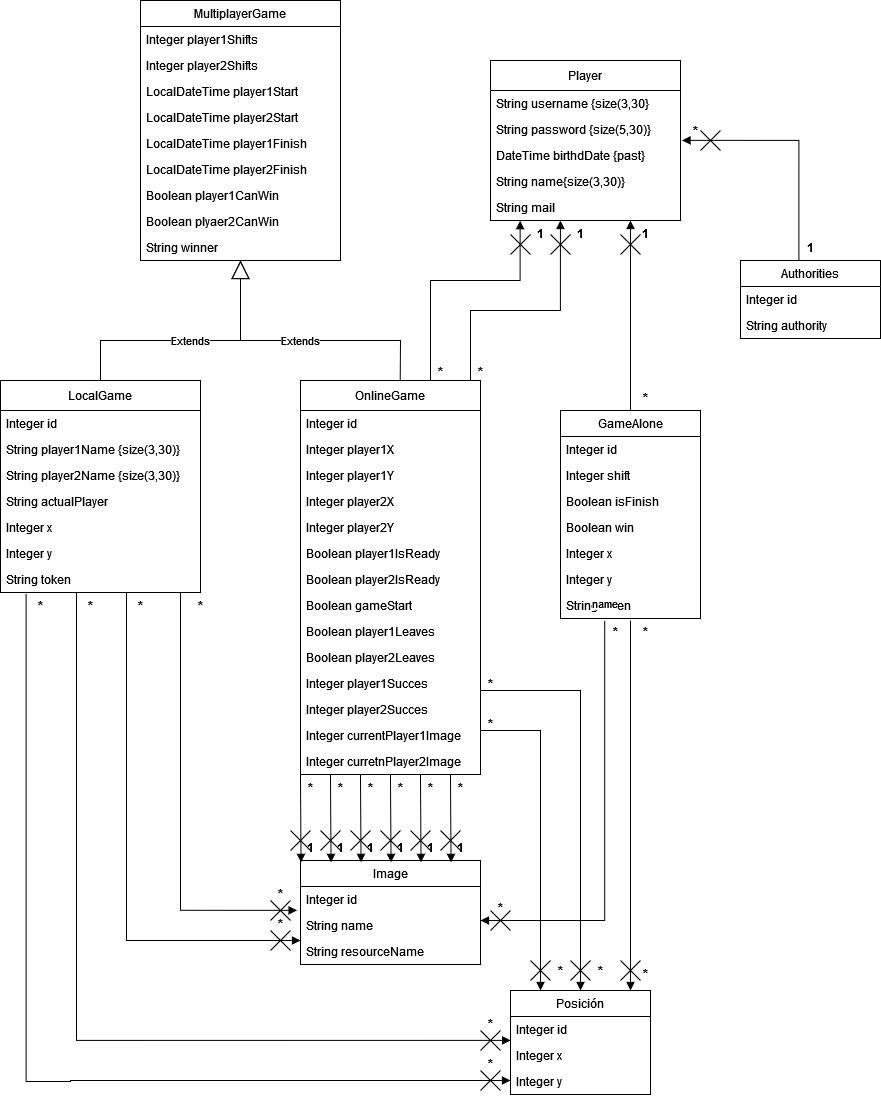
Above: doc/Diagrama de dominio.png in jucamgar2/CUPES-TFG (draw.io), before the change. Source tidied: cells renumbered, new cells last; positions are measured from the earlier drawing's top-left corner, leaving out a move shared by most shapes.
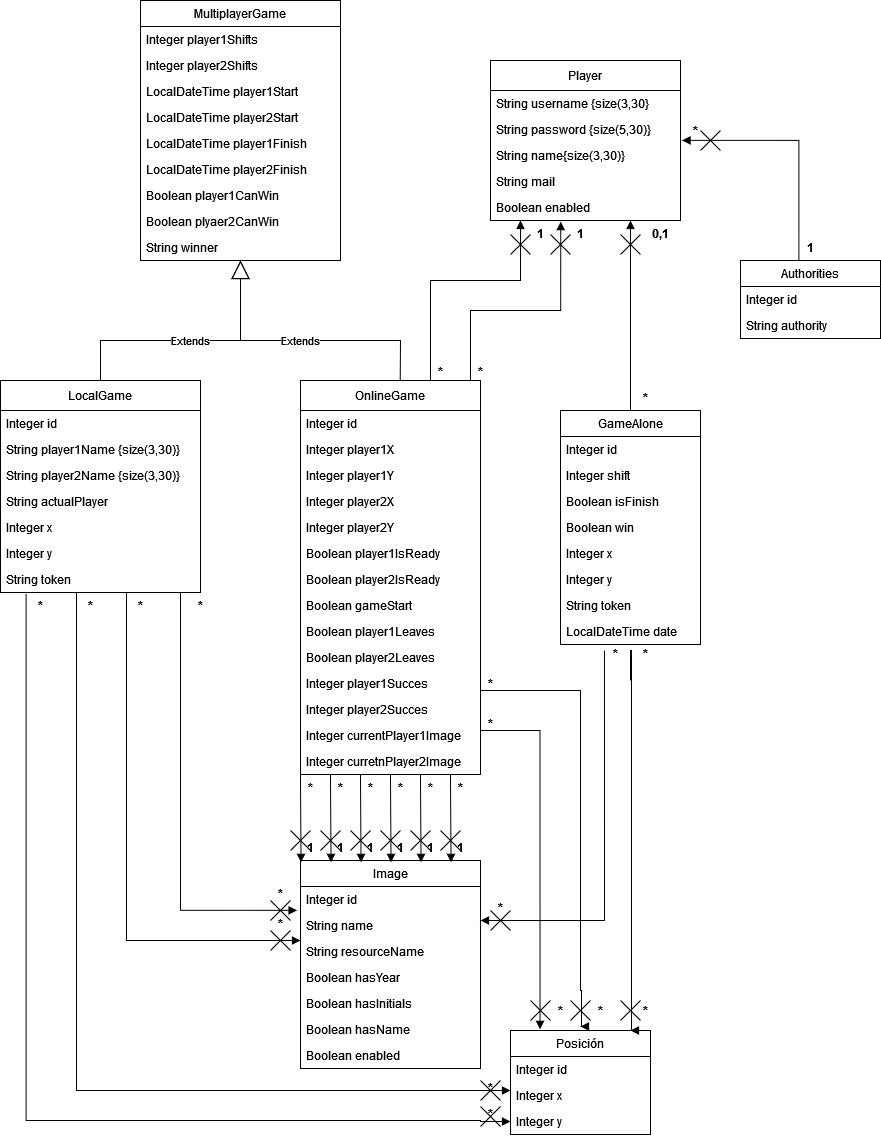
The same diagram one commit later.

The edit, as a diff of the source:
```diff
@@ -20,17 +20,17 @@
     <mxCell id="7" value="String password {size(5,30)}" style="text;strokeColor=none;fillColor=none;align=left;verticalAlign=top;spacingLeft=4;spacingRight=4;overflow=hidden;points=[[0,0.5],[1,0.5]];portConstraint=eastwest;whiteSpace=wrap;html=1;" parent="5" vertex="1">
       <mxGeometry y="56" width="190" height="26" as="geometry" />
     </mxCell>
-    <mxCell id="8" value="DateTime birthdDate {past}" style="text;strokeColor=none;fillColor=none;align=left;verticalAlign=top;spacingLeft=4;spacingRight=4;overflow=hidden;whiteSpace=wrap;html=1;" parent="5" vertex="1">
-      <mxGeometry y="82" width="190" height="26" as="geometry" />
-    </mxCell>
     <mxCell id="9" value="String name{size(3,30)}" style="text;strokeColor=none;fillColor=none;align=left;verticalAlign=top;spacingLeft=4;spacingRight=4;overflow=hidden;whiteSpace=wrap;html=1;" parent="5" vertex="1">
-      <mxGeometry y="108" width="190" height="26" as="geometry" />
+      <mxGeometry y="82" width="190" height="26" as="geometry" />
     </mxCell>
     <mxCell id="10" value="String mail" style="text;strokeColor=none;fillColor=none;align=left;verticalAlign=top;spacingLeft=4;spacingRight=4;overflow=hidden;points=[[0,0.5],[1,0.5]];portConstraint=eastwest;whiteSpace=wrap;html=1;" parent="5" vertex="1">
-      <mxGeometry y="134" width="190" height="26" as="geometry" />
+      <mxGeometry y="108" width="190" height="26" as="geometry" />
     </mxCell>
+    <mxCell id="134" value="Boolean enabled" style="text;strokeColor=none;fillColor=none;align=left;verticalAlign=top;spacingLeft=4;spacingRight=4;overflow=hidden;whiteSpace=wrap;html=1;" parent="5" vertex="1">
+      <mxGeometry y="134" width="190" height="26" as="geometry" />
+    </mxCell>
     <mxCell id="11" value="Posición" style="swimlane;fontStyle=0;horizontal=1;startSize=26;fillColor=none;whiteSpace=wrap;html=1;" parent="1" vertex="1">
-      <mxGeometry x="510" y="990" width="140" height="104" as="geometry" />
+      <mxGeometry x="510" y="1030" width="140" height="104" as="geometry" />
     </mxCell>
     <mxCell id="12" value="Integer id" style="text;strokeColor=none;fillColor=none;align=left;verticalAlign=top;spacingLeft=4;spacingRight=4;overflow=hidden;points=[[0,0.5],[1,0.5]];portConstraint=eastwest;whiteSpace=wrap;html=1;" parent="11" vertex="1">
       <mxGeometry y="26" width="140" height="26" as="geometry" />
@@ -42,7 +42,7 @@
       <mxGeometry y="78" width="140" height="26" as="geometry" />
     </mxCell>
     <mxCell id="15" value="Image" style="swimlane;fontStyle=0;horizontal=1;startSize=26;fillColor=none;whiteSpace=wrap;html=1;" parent="1" vertex="1">
-      <mxGeometry x="300" y="860" width="180" height="104" as="geometry" />
+      <mxGeometry x="300" y="860" width="180" height="208" as="geometry" />
     </mxCell>
     <mxCell id="16" value="Integer id" style="text;strokeColor=none;fillColor=none;align=left;verticalAlign=top;spacingLeft=4;spacingRight=4;overflow=hidden;points=[[0,0.5],[1,0.5]];portConstraint=eastwest;whiteSpace=wrap;html=1;" parent="15" vertex="1">
       <mxGeometry y="26" width="180" height="26" as="geometry" />
@@ -53,6 +53,18 @@
     <mxCell id="18" value="String resourceName" style="text;strokeColor=none;fillColor=none;align=left;verticalAlign=top;spacingLeft=4;spacingRight=4;overflow=hidden;points=[[0,0.5],[1,0.5]];portConstraint=eastwest;whiteSpace=wrap;html=1;" parent="15" vertex="1">
       <mxGeometry y="78" width="180" height="26" as="geometry" />
     </mxCell>
+    <mxCell id="135" value="Boolean hasYear" style="text;strokeColor=none;fillColor=none;align=left;verticalAlign=top;spacingLeft=4;spacingRight=4;overflow=hidden;whiteSpace=wrap;html=1;" parent="15" vertex="1">
+      <mxGeometry y="104" width="180" height="26" as="geometry" />
+    </mxCell>
+    <mxCell id="136" value="Boolean hasInitials" style="text;strokeColor=none;fillColor=none;align=left;verticalAlign=top;spacingLeft=4;spacingRight=4;overflow=hidden;whiteSpace=wrap;html=1;" parent="15" vertex="1">
+      <mxGeometry y="130" width="180" height="26" as="geometry" />
+    </mxCell>
+    <mxCell id="137" value="Boolean hasName" style="text;strokeColor=none;fillColor=none;align=left;verticalAlign=top;spacingLeft=4;spacingRight=4;overflow=hidden;whiteSpace=wrap;html=1;" parent="15" vertex="1">
+      <mxGeometry y="156" width="180" height="26" as="geometry" />
+    </mxCell>
+    <mxCell id="138" value="Boolean enabled" style="text;strokeColor=none;fillColor=none;align=left;verticalAlign=top;spacingLeft=4;spacingRight=4;overflow=hidden;whiteSpace=wrap;html=1;" parent="15" vertex="1">
+      <mxGeometry y="182" width="180" height="26" as="geometry" />
+    </mxCell>
     <mxCell id="19" value="MultiplayerGame" style="swimlane;fontStyle=0;horizontal=1;startSize=26;fillColor=none;whiteSpace=wrap;html=1;" parent="1" vertex="1">
       <mxGeometry x="140" width="200" height="260" as="geometry" />
     </mxCell>
@@ -84,7 +96,7 @@
       <mxGeometry y="234" width="200" height="26" as="geometry" />
     </mxCell>
     <mxCell id="29" value="GameAlone" style="swimlane;fontStyle=0;horizontal=1;startSize=26;fillColor=none;whiteSpace=wrap;html=1;" parent="1" vertex="1">
-      <mxGeometry x="560" y="410" width="140" height="208" as="geometry" />
+      <mxGeometry x="560" y="410" width="140" height="234" as="geometry" />
     </mxCell>
     <mxCell id="30" value="Integer id" style="text;strokeColor=none;fillColor=none;align=left;verticalAlign=top;spacingLeft=4;spacingRight=4;overflow=hidden;whiteSpace=wrap;html=1;" parent="29" vertex="1">
       <mxGeometry y="26" width="140" height="26" as="geometry" />
@@ -107,6 +119,9 @@
     <mxCell id="36" value="String token" style="text;strokeColor=none;fillColor=none;align=left;verticalAlign=top;spacingLeft=4;spacingRight=4;overflow=hidden;whiteSpace=wrap;html=1;" parent="29" vertex="1">
       <mxGeometry y="182" width="140" height="26" as="geometry" />
     </mxCell>
+    <mxCell id="139" value="LocalDateTime date" style="text;strokeColor=none;fillColor=none;align=left;verticalAlign=top;spacingLeft=4;spacingRight=4;overflow=hidden;whiteSpace=wrap;html=1;" parent="29" vertex="1">
+      <mxGeometry y="208" width="140" height="26" as="geometry" />
+    </mxCell>
     <mxCell id="37" value="LocalGame" style="swimlane;fontStyle=0;horizontal=1;startSize=30;fillColor=none;whiteSpace=wrap;html=1;" parent="1" vertex="1">
       <mxGeometry y="380" width="200" height="212" as="geometry" />
     </mxCell>
@@ -221,8 +236,8 @@
         <mxPoint x="580" y="-400" as="offset" />
       </mxGeometry>
     </mxCell>
-    <mxCell id="67" value="1" style="text;align=center;fontStyle=1;verticalAlign=middle;spacingLeft=3;spacingRight=3;strokeColor=none;html=1;" parent="1" vertex="1">
-      <mxGeometry x="605" y="220" width="80" height="26" as="geometry" />
+    <mxCell id="67" value="0,1" style="text;align=center;fontStyle=1;verticalAlign=middle;spacingLeft=3;spacingRight=3;strokeColor=none;html=1;" parent="1" vertex="1">
+      <mxGeometry x="620" y="220" width="80" height="26" as="geometry" />
     </mxCell>
     <mxCell id="68" value="*" style="text;align=center;fontStyle=1;verticalAlign=middle;spacingLeft=3;spacingRight=3;strokeColor=none;html=1;" parent="1" vertex="1">
       <mxGeometry x="605" y="384" width="80" height="26" as="geometry" />
@@ -230,7 +245,7 @@
     <mxCell id="69" style="shape=mxgraph.sysml.x;" parent="1" vertex="1">
       <mxGeometry x="620" y="234" width="20" height="20" as="geometry" />
     </mxCell>
-    <mxCell id="70" style="endArrow=block;endFill=1;html=1;edgeStyle=orthogonalEdgeStyle;align=left;verticalAlign=top;rounded=0;entryX=0.368;entryY=1;entryDx=0;entryDy=0;entryPerimeter=0;" parent="1" edge="1" target="10">
+    <mxCell id="70" style="endArrow=block;endFill=1;html=1;edgeStyle=orthogonalEdgeStyle;align=left;verticalAlign=top;rounded=0;entryX=0.753;entryY=0.044;entryDx=0;entryDy=0;entryPerimeter=0;" parent="1" edge="1" target="77">
       <mxGeometry x="1" y="-620" relative="1" as="geometry">
         <mxPoint x="460" y="380" as="sourcePoint" />
         <Array as="points">
@@ -241,13 +256,15 @@
         <mxPoint x="580" y="-400" as="offset" />
       </mxGeometry>
     </mxCell>
-    <mxCell id="71" style="endArrow=block;endFill=1;html=1;edgeStyle=orthogonalEdgeStyle;align=left;verticalAlign=top;rounded=0;entryX=0.156;entryY=1.008;entryDx=0;entryDy=0;entryPerimeter=0;" parent="1" edge="1" target="10">
+    <mxCell id="71" style="endArrow=block;endFill=1;html=1;edgeStyle=orthogonalEdgeStyle;align=left;verticalAlign=top;rounded=0;" parent="1" edge="1">
       <mxGeometry x="1" y="-620" relative="1" as="geometry">
         <mxPoint x="420" y="380" as="sourcePoint" />
+        <mxPoint x="520" y="220" as="targetPoint" />
         <Array as="points">
           <mxPoint x="430" y="380" />
           <mxPoint x="430" y="280" />
           <mxPoint x="520" y="280" />
+          <mxPoint x="520" y="220" />
         </Array>
         <mxPoint x="580" y="-400" as="offset" />
       </mxGeometry>
@@ -270,37 +287,37 @@
     <mxCell id="77" value="1" style="text;align=center;fontStyle=1;verticalAlign=middle;spacingLeft=3;spacingRight=3;strokeColor=none;points=[[0,0.5],[1,0.5]];portConstraint=eastwest;html=1;" parent="1" vertex="1">
       <mxGeometry x="500" y="220" width="80" height="26" as="geometry" />
     </mxCell>
-    <mxCell id="78" style="endArrow=block;endFill=1;html=1;edgeStyle=orthogonalEdgeStyle;align=left;verticalAlign=top;rounded=0;exitX=0.128;exitY=1.041;exitDx=0;exitDy=0;exitPerimeter=0;" parent="1" edge="1" source="44">
+    <mxCell id="78" style="endArrow=block;endFill=1;html=1;edgeStyle=orthogonalEdgeStyle;align=left;verticalAlign=top;rounded=0;exitX=0.128;exitY=1.041;exitDx=0;exitDy=0;exitPerimeter=0;entryX=0;entryY=0.5;entryDx=0;entryDy=0;" parent="1" edge="1" source="44" target="14">
       <mxGeometry x="1" y="-620" relative="1" as="geometry">
-        <mxPoint x="510" y="1080" as="targetPoint" />
         <Array as="points">
-          <mxPoint x="26" y="1081" />
-          <mxPoint x="70" y="1081" />
-          <mxPoint x="160" y="1080" />
+          <mxPoint x="26" y="1120" />
+          <mxPoint x="480" y="1120" />
         </Array>
         <mxPoint x="580" y="-400" as="offset" />
       </mxGeometry>
     </mxCell>
-    <mxCell id="79" style="endArrow=block;endFill=1;html=1;edgeStyle=orthogonalEdgeStyle;align=left;verticalAlign=top;rounded=0;exitX=0.128;exitY=1.041;exitDx=0;exitDy=0;exitPerimeter=0;entryX=0.001;entryY=0.919;entryDx=0;entryDy=0;entryPerimeter=0;" parent="1" edge="1" target="12">
+    <mxCell id="79" style="endArrow=block;endFill=1;html=1;edgeStyle=orthogonalEdgeStyle;align=left;verticalAlign=top;rounded=0;exitX=0.128;exitY=1.041;exitDx=0;exitDy=0;exitPerimeter=0;" parent="1" edge="1">
       <mxGeometry x="1" y="-620" relative="1" as="geometry">
         <mxPoint x="76" y="592" as="sourcePoint" />
+        <mxPoint x="510" y="1090" as="targetPoint" />
         <Array as="points">
-          <mxPoint x="76" y="1040" />
+          <mxPoint x="76" y="1090" />
+          <mxPoint x="510" y="1090" />
         </Array>
         <mxPoint x="580" y="-400" as="offset" />
       </mxGeometry>
     </mxCell>
     <mxCell id="80" style="shape=mxgraph.sysml.x;" parent="1" vertex="1">
-      <mxGeometry x="480" y="1070" width="20" height="20" as="geometry" />
+      <mxGeometry x="480" y="1080" width="20" height="20" as="geometry" />
     </mxCell>
     <mxCell id="81" style="shape=mxgraph.sysml.x;" parent="1" vertex="1">
-      <mxGeometry x="480" y="1030" width="20" height="20" as="geometry" />
+      <mxGeometry x="480" y="1106" width="20" height="20" as="geometry" />
     </mxCell>
     <mxCell id="82" value="*" style="text;align=center;fontStyle=1;verticalAlign=middle;spacingLeft=3;spacingRight=3;strokeColor=none;html=1;" parent="1" vertex="1">
-      <mxGeometry x="450" y="1010" width="80" height="26" as="geometry" />
+      <mxGeometry x="450" y="1074" width="80" height="26" as="geometry" />
     </mxCell>
     <mxCell id="83" value="*" style="text;align=center;fontStyle=1;verticalAlign=middle;spacingLeft=3;spacingRight=3;strokeColor=none;html=1;" parent="1" vertex="1">
-      <mxGeometry x="450" y="1050" width="80" height="26" as="geometry" />
+      <mxGeometry x="450" y="1100" width="80" height="26" as="geometry" />
     </mxCell>
     <mxCell id="84" value="*" style="text;align=center;fontStyle=1;verticalAlign=middle;spacingLeft=3;spacingRight=3;strokeColor=none;html=1;" parent="1" vertex="1">
       <mxGeometry x="50" y="592" width="80" height="26" as="geometry" />
@@ -308,25 +325,26 @@
     <mxCell id="85" value="*" style="text;align=center;fontStyle=1;verticalAlign=middle;spacingLeft=3;spacingRight=3;strokeColor=none;html=1;" parent="1" vertex="1">
       <mxGeometry y="592" width="80" height="26" as="geometry" />
     </mxCell>
-    <mxCell id="86" value="name" style="endArrow=block;endFill=1;html=1;edgeStyle=orthogonalEdgeStyle;align=left;verticalAlign=top;rounded=0;" parent="1" edge="1">
-      <mxGeometry x="1" y="-620" relative="1" as="geometry">
-        <mxPoint x="630" y="620" as="sourcePoint" />
-        <mxPoint x="630" y="990" as="targetPoint" />
+    <mxCell id="86" style="endArrow=block;endFill=1;html=1;edgeStyle=orthogonalEdgeStyle;align=left;verticalAlign=top;rounded=0;" parent="1" edge="1">
+      <mxGeometry x="-0.51" y="90" relative="1" as="geometry">
+        <mxPoint x="630" y="680" as="sourcePoint" />
+        <mxPoint x="630" y="1030" as="targetPoint" />
         <Array as="points">
-          <mxPoint x="630" y="625" />
-          <mxPoint x="630" y="990" />
+          <mxPoint x="630" y="650" />
+          <mxPoint x="631" y="650" />
+          <mxPoint x="631" y="1030" />
+          <mxPoint x="630" y="1030" />
         </Array>
-        <mxPoint x="580" y="-400" as="offset" />
       </mxGeometry>
     </mxCell>
     <mxCell id="87" value="*" style="text;align=center;fontStyle=1;verticalAlign=middle;spacingLeft=3;spacingRight=3;strokeColor=none;html=1;" parent="1" vertex="1">
-      <mxGeometry x="605" y="618" width="80" height="26" as="geometry" />
+      <mxGeometry x="605" y="640" width="80" height="26" as="geometry" />
     </mxCell>
     <mxCell id="88" value="*" style="text;align=center;fontStyle=1;verticalAlign=middle;spacingLeft=3;spacingRight=3;strokeColor=none;html=1;" parent="1" vertex="1">
-      <mxGeometry x="605" y="960" width="80" height="26" as="geometry" />
+      <mxGeometry x="605" y="997" width="80" height="26" as="geometry" />
     </mxCell>
     <mxCell id="89" style="shape=mxgraph.sysml.x;" parent="1" vertex="1">
-      <mxGeometry x="620" y="960" width="20" height="20" as="geometry" />
+      <mxGeometry x="620" y="1000" width="20" height="20" as="geometry" />
     </mxCell>
     <mxCell id="90" style="endArrow=block;endFill=1;html=1;edgeStyle=orthogonalEdgeStyle;align=left;verticalAlign=top;rounded=0;exitX=0.128;exitY=1.041;exitDx=0;exitDy=0;exitPerimeter=0;entryX=0;entryY=0.077;entryDx=0;entryDy=0;entryPerimeter=0;" parent="1" edge="1" target="18">
       <mxGeometry x="1" y="-620" relative="1" as="geometry">
@@ -367,18 +385,20 @@
     </mxCell>
     <mxCell id="98" style="endArrow=block;endFill=1;html=1;edgeStyle=orthogonalEdgeStyle;align=left;verticalAlign=top;rounded=0;exitX=1;exitY=0.5;exitDx=0;exitDy=0;" parent="1" edge="1" source="56">
       <mxGeometry x="-0.14" y="280" relative="1" as="geometry">
-        <mxPoint x="580" y="990" as="targetPoint" />
+        <mxPoint x="580" y="1026" as="targetPoint" />
         <Array as="points">
           <mxPoint x="480" y="690" />
           <mxPoint x="580" y="690" />
           <mxPoint x="580" y="990" />
+          <mxPoint x="581" y="990" />
+          <mxPoint x="581" y="1026" />
+          <mxPoint x="580" y="1026" />
         </Array>
       </mxGeometry>
     </mxCell>
-    <mxCell id="99" style="endArrow=block;endFill=1;html=1;edgeStyle=orthogonalEdgeStyle;align=left;verticalAlign=top;rounded=0;exitX=1;exitY=0.5;exitDx=0;exitDy=0;" parent="1" edge="1">
+    <mxCell id="99" style="endArrow=block;endFill=1;html=1;edgeStyle=orthogonalEdgeStyle;align=left;verticalAlign=top;rounded=0;exitX=1;exitY=0.5;exitDx=0;exitDy=0;entryX=0.211;entryY=-0.011;entryDx=0;entryDy=0;entryPerimeter=0;" parent="1" edge="1" target="11">
       <mxGeometry x="-0.14" y="280" relative="1" as="geometry">
         <mxPoint x="480" y="723" as="sourcePoint" />
-        <mxPoint x="540" y="990" as="targetPoint" />
         <Array as="points">
           <mxPoint x="480" y="730" />
           <mxPoint x="540" y="730" />
@@ -392,27 +412,25 @@
       <mxGeometry x="450" y="710" width="80" height="26" as="geometry" />
     </mxCell>
     <mxCell id="102" value="*" style="text;align=center;fontStyle=1;verticalAlign=middle;spacingLeft=3;spacingRight=3;strokeColor=none;html=1;" parent="1" vertex="1">
-      <mxGeometry x="520" y="957" width="80" height="26" as="geometry" />
+      <mxGeometry x="520" y="997" width="80" height="26" as="geometry" />
     </mxCell>
     <mxCell id="103" value="*" style="text;align=center;fontStyle=1;verticalAlign=middle;spacingLeft=3;spacingRight=3;strokeColor=none;html=1;" parent="1" vertex="1">
-      <mxGeometry x="560" y="957" width="80" height="26" as="geometry" />
+      <mxGeometry x="560" y="997" width="80" height="26" as="geometry" />
     </mxCell>
-    <mxCell id="104" style="endArrow=block;endFill=1;html=1;edgeStyle=orthogonalEdgeStyle;align=left;verticalAlign=top;rounded=0;" parent="1" edge="1">
+    <mxCell id="104" style="endArrow=block;endFill=1;html=1;edgeStyle=orthogonalEdgeStyle;align=left;verticalAlign=top;rounded=0;exitX=0.362;exitY=0.385;exitDx=0;exitDy=0;exitPerimeter=0;" parent="1" edge="1" source="109">
       <mxGeometry x="1" y="-620" relative="1" as="geometry">
-        <mxPoint x="604.2" y="620" as="sourcePoint" />
         <mxPoint x="480" y="920" as="targetPoint" />
         <Array as="points">
-          <mxPoint x="604.2" y="625" />
-          <mxPoint x="604.2" y="990" />
+          <mxPoint x="604" y="920" />
         </Array>
         <mxPoint x="580" y="-400" as="offset" />
       </mxGeometry>
     </mxCell>
     <mxCell id="105" style="shape=mxgraph.sysml.x;" parent="1" vertex="1">
-      <mxGeometry x="530" y="960" width="20" height="20" as="geometry" />
+      <mxGeometry x="530" y="1000" width="20" height="20" as="geometry" />
     </mxCell>
     <mxCell id="106" style="shape=mxgraph.sysml.x;" parent="1" vertex="1">
-      <mxGeometry x="570" y="960" width="20" height="20" as="geometry" />
+      <mxGeometry x="570" y="1000" width="20" height="20" as="geometry" />
     </mxCell>
     <mxCell id="107" style="shape=mxgraph.sysml.x;" parent="1" vertex="1">
       <mxGeometry x="490" y="910" width="20" height="20" as="geometry" />
@@ -421,7 +439,7 @@
       <mxGeometry x="460" y="894" width="80" height="26" as="geometry" />
     </mxCell>
     <mxCell id="109" value="*" style="text;align=center;fontStyle=1;verticalAlign=middle;spacingLeft=3;spacingRight=3;strokeColor=none;points=[[0,0.5],[1,0.5]];portConstraint=eastwest;html=1;" parent="1" vertex="1">
-      <mxGeometry x="575" y="618" width="80" height="26" as="geometry" />
+      <mxGeometry x="575" y="640" width="80" height="26" as="geometry" />
     </mxCell>
     <mxCell id="110" style="endArrow=block;endFill=1;html=1;edgeStyle=orthogonalEdgeStyle;align=left;verticalAlign=top;rounded=0;entryX=0.033;entryY=0.016;entryDx=0;entryDy=0;entryPerimeter=0;exitX=0.03;exitY=0.992;exitDx=0;exitDy=0;exitPerimeter=0;" parent="1" edge="1">
       <mxGeometry x="-1" relative="1" as="geometry">
```
